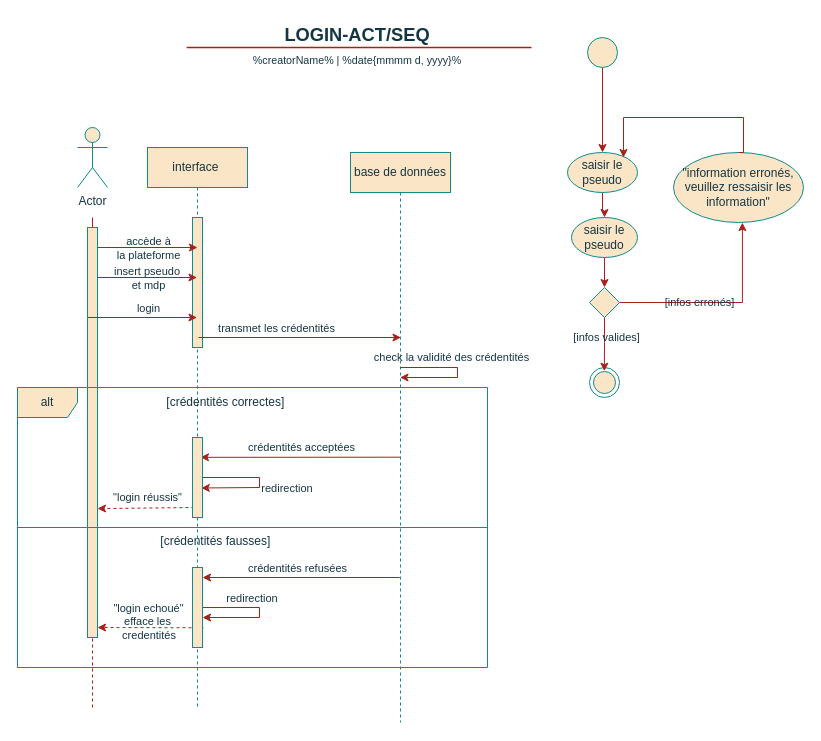
Above: LOGIN seq/act.drawio in the-lyly/Spotlight-in (draw.io), before the change. Source tidied: cells renumbered, new cells numbered last; positions are measured from the earlier drawing's top-left corner, leaving out a move shared by most shapes. Both pictures are drawn from the tidied source at 100%, with x=0, y=0 at pixel (17, 17).
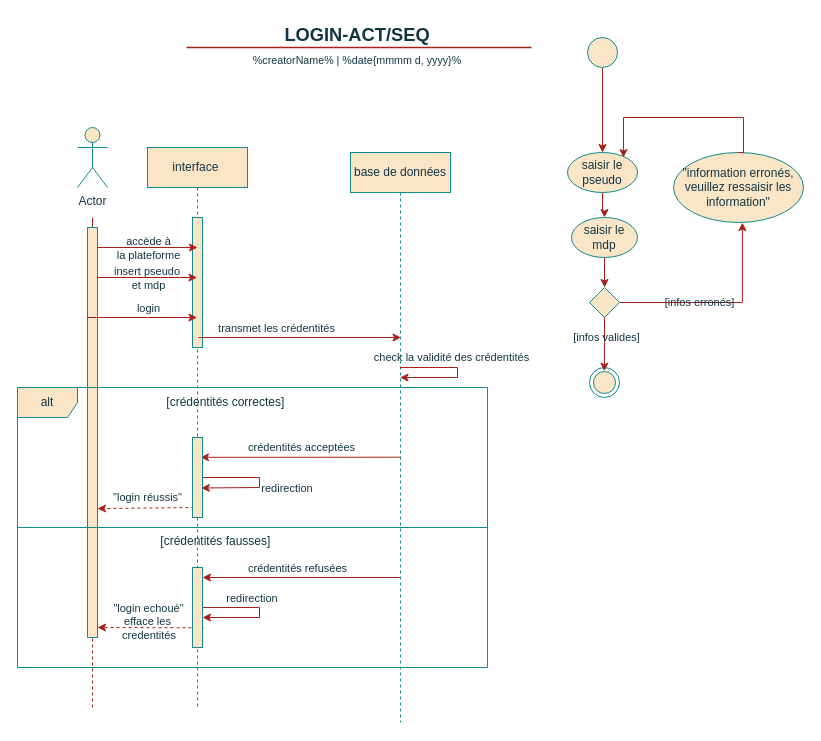
The same diagram, later.

Commit message:
Mettre à jour act.drawio

The edit, as a diff of the source:
```diff
@@
-    <mxCell id="9" value="saisir le pseudo" style="ellipse;html=1;whiteSpace=wrap;labelBackgroundColor=none;fillColor=#FAE5C7;strokeColor=#0F8B8D;fontColor=#143642;" parent="1" vertex="1">
+    <mxCell id="9" value="saisir le mdp" style="ellipse;html=1;whiteSpace=wrap;labelBackgroundColor=none;fillColor=#FAE5C7;strokeColor=#0F8B8D;fontColor=#143642;" parent="1" vertex="1">
       <mxGeometry x="554" y="200" width="66" height="40" as="geometry" />
     </mxCell>
```
